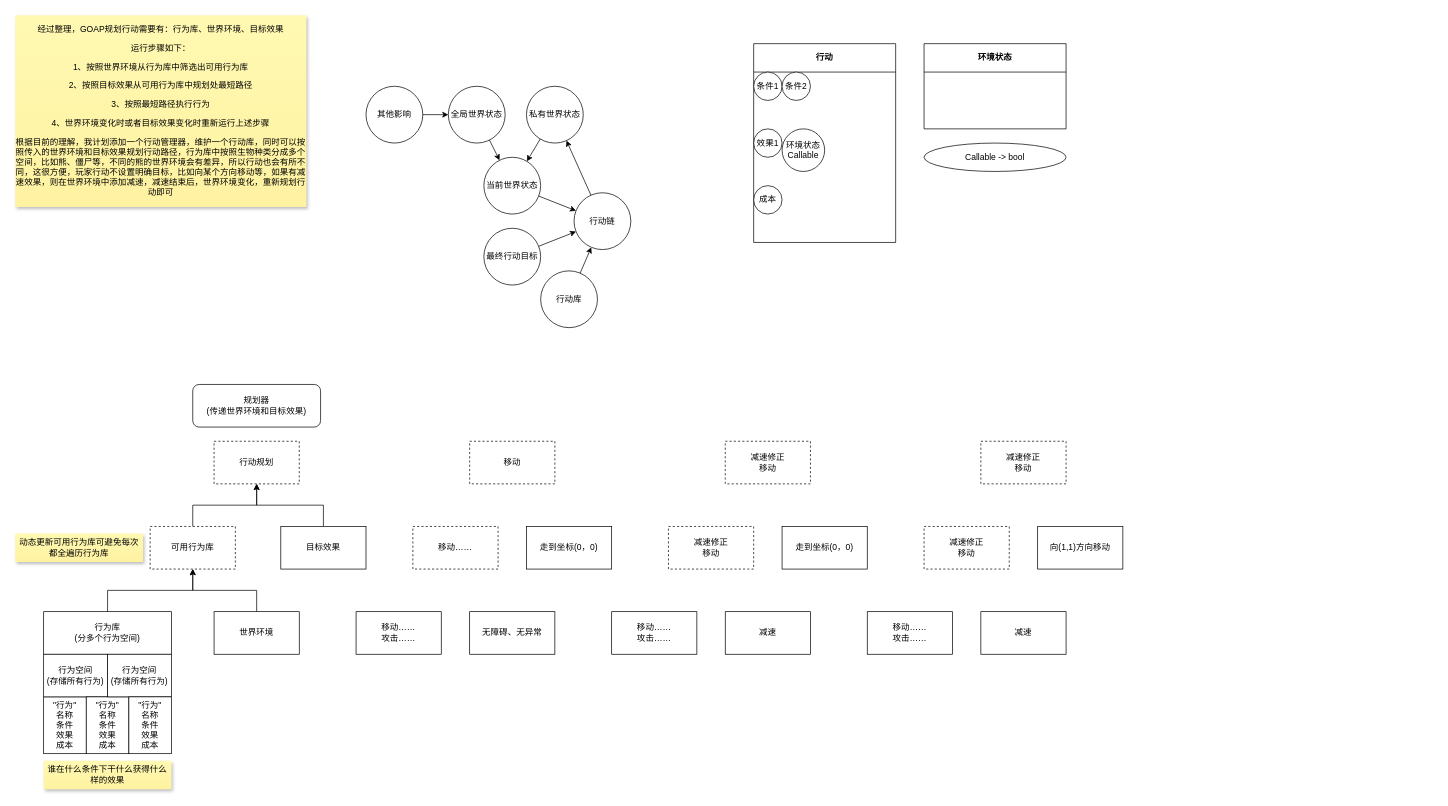
This is mind.drawio from NFSW0/godot-goap-addon, a draw.io file, before an edit. Source tidied: cells renumbered, new cells numbered last; positions are measured from the earlier drawing's top-left corner, leaving out a move shared by most shapes. Both pictures are drawn from the tidied source at 71%, with x=0, y=0 at pixel (15, 15).
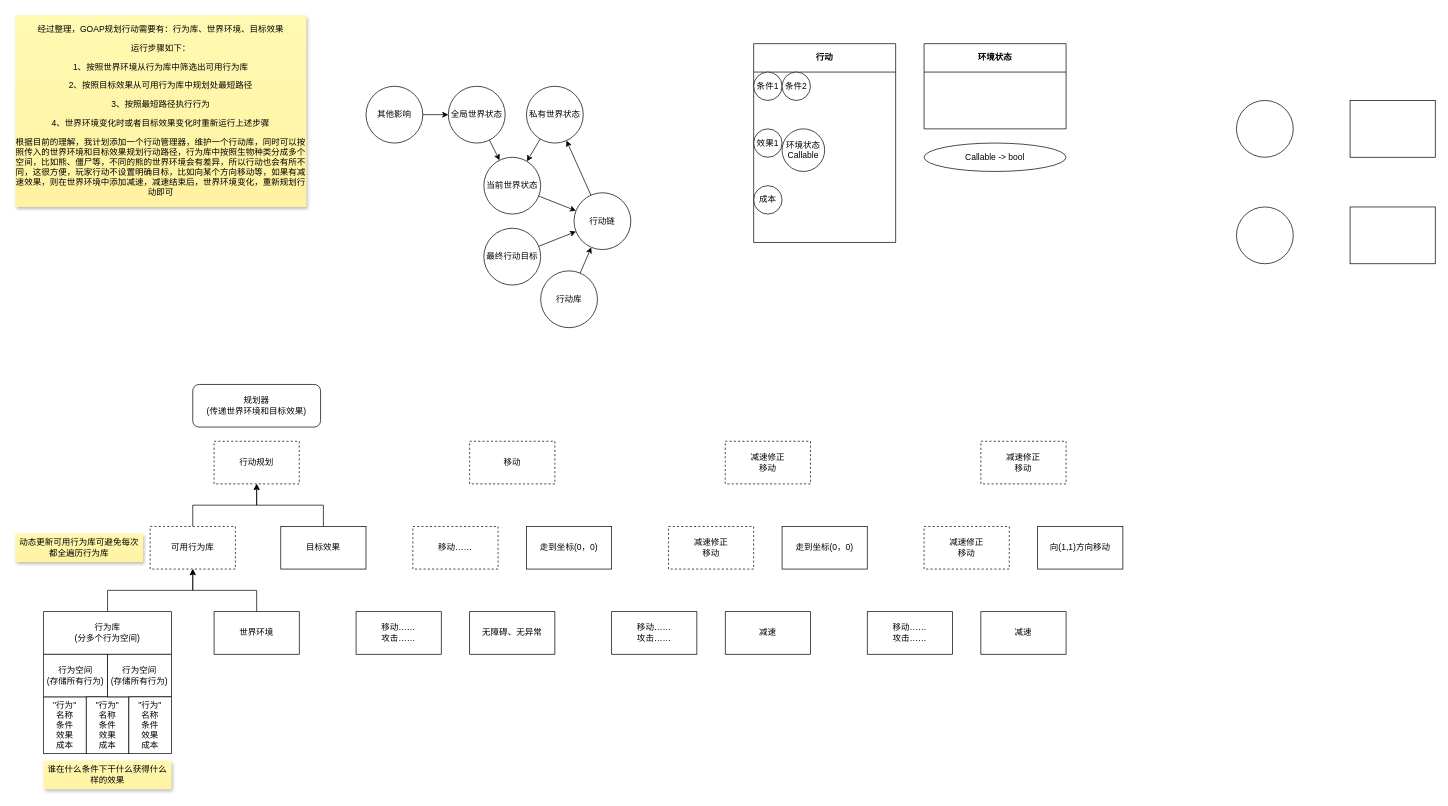
Above is the later version.

Change to the diagram source:
```diff
@@
+    <mxCell id="57" style="ellipse;whiteSpace=wrap;html=1;" parent="1" vertex="1">
+      <mxGeometry x="1720" y="120" width="80" height="80" as="geometry" />
+    </mxCell>
+    <mxCell id="58" style="rounded=0;whiteSpace=wrap;html=1;" parent="1" vertex="1">
+      <mxGeometry x="1880" y="120" width="120" height="80" as="geometry" />
+    </mxCell>
+    <mxCell id="59" style="ellipse;whiteSpace=wrap;html=1;" parent="1" vertex="1">
+      <mxGeometry x="1720" y="270" width="80" height="80" as="geometry" />
+    </mxCell>
+    <mxCell id="60" style="rounded=0;whiteSpace=wrap;html=1;" parent="1" vertex="1">
+      <mxGeometry x="1880" y="270" width="120" height="80" as="geometry" />
+    </mxCell>
```
